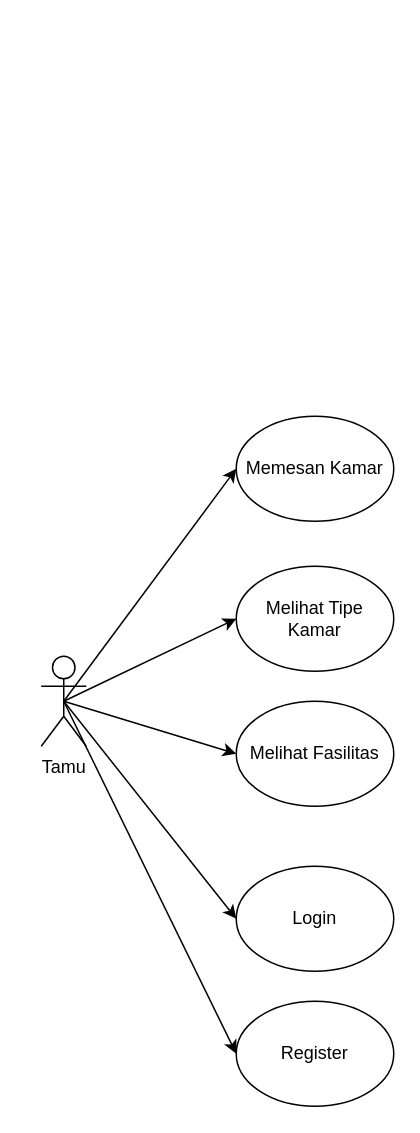
Go-UKK/Flowcart keeps this draw.io diagram as page "Tamu" (2 of 6) of Hotel Flowchart And Use Case.drawio. Above is the earlier version. Source tidied: cells renumbered, new cells numbered last; positions are measured from the earlier drawing's top-left corner, leaving out a move shared by most shapes. Both pictures are drawn from the tidied source at 150%, with x=0, y=0 at pixel (40, 416).
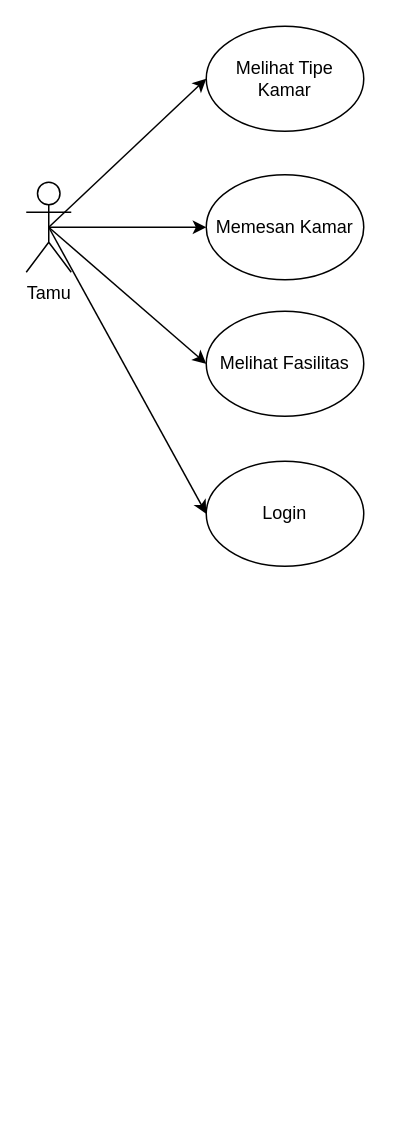
The same diagram, later.

What changed in the source:
```diff
@@
 <mxGraphModel>
   <root>
     <mxCell id="0" />
     <mxCell id="1" parent="0" />
     <mxCell id="2" value="Tamu" style="shape=umlActor;verticalLabelPosition=bottom;verticalAlign=top;html=1;outlineConnect=0;" parent="1" vertex="1">
-      <mxGeometry y="160" width="30" height="60" as="geometry" />
+      <mxGeometry x="-10" y="-156" width="30" height="60" as="geometry" />
     </mxCell>
     <mxCell id="3" value="Melihat Tipe Kamar" style="ellipse;whiteSpace=wrap;html=1;" parent="1" vertex="1">
-      <mxGeometry x="130" y="100" width="105" height="70" as="geometry" />
+      <mxGeometry x="110" y="-260" width="105" height="70" as="geometry" />
     </mxCell>
     <mxCell id="4" value="Melihat Fasilitas" style="ellipse;whiteSpace=wrap;html=1;" parent="1" vertex="1">
-      <mxGeometry x="130" y="190" width="105" height="70" as="geometry" />
+      <mxGeometry x="110" y="-70" width="105" height="70" as="geometry" />
     </mxCell>
     <mxCell id="5" value="Memesan Kamar" style="ellipse;whiteSpace=wrap;html=1;" parent="1" vertex="1">
-      <mxGeometry x="130" width="105" height="70" as="geometry" />
+      <mxGeometry x="110" y="-161" width="105" height="70" as="geometry" />
     </mxCell>
     <mxCell id="6" value="Login" style="ellipse;whiteSpace=wrap;html=1;" parent="1" vertex="1">
-      <mxGeometry x="130" y="300" width="105" height="70" as="geometry" />
+      <mxGeometry x="110" y="30" width="105" height="70" as="geometry" />
     </mxCell>
-    <mxCell id="7" value="Register" style="ellipse;whiteSpace=wrap;html=1;" parent="1" vertex="1">
-      <mxGeometry x="130" y="390" width="105" height="70" as="geometry" />
-    </mxCell>
-    <mxCell id="8" style="endArrow=classic;html=1;rounded=0;exitX=0.5;exitY=0.5;exitDx=0;exitDy=0;exitPerimeter=0;entryX=0;entryY=0.5;entryDx=0;entryDy=0;" parent="1" edge="1" source="2" target="5">
-      <mxGeometry relative="1" as="geometry" />
-    </mxCell>
+    <mxCell id="13" style="endArrow=classic;html=1;rounded=0;exitX=0.5;exitY=0.5;exitDx=0;exitDy=0;exitPerimeter=0;entryX=0;entryY=0.5;entryDx=0;entryDy=0;" parent="1" edge="1" source="2">
+      <mxGeometry relative="1" as="geometry">
+        <mxPoint x="110" y="-126" as="targetPoint" />
+      </mxGeometry>
+    </mxCell>
+    <mxCell id="10" style="endArrow=classic;html=1;rounded=0;exitX=0.5;exitY=0.5;exitDx=0;exitDy=0;exitPerimeter=0;entryX=0;entryY=0.5;entryDx=0;entryDy=0;" parent="1" edge="1" source="2" target="4">
+      <mxGeometry relative="1" as="geometry" />
+    </mxCell>
     <mxCell id="9" style="endArrow=classic;html=1;rounded=0;exitX=0.5;exitY=0.5;exitDx=0;exitDy=0;exitPerimeter=0;entryX=0;entryY=0.5;entryDx=0;entryDy=0;" parent="1" edge="1" source="2" target="3">
       <mxGeometry relative="1" as="geometry" />
     </mxCell>
-    <mxCell id="10" style="endArrow=classic;html=1;rounded=0;exitX=0.5;exitY=0.5;exitDx=0;exitDy=0;exitPerimeter=0;entryX=0;entryY=0.5;entryDx=0;entryDy=0;" parent="1" edge="1" source="2" target="4">
-      <mxGeometry relative="1" as="geometry" />
-    </mxCell>
-    <mxCell id="11" style="endArrow=classic;html=1;rounded=0;exitX=0.5;exitY=0.5;exitDx=0;exitDy=0;exitPerimeter=0;entryX=0;entryY=0.5;entryDx=0;entryDy=0;" parent="1" edge="1" target="6">
-      <mxGeometry relative="1" as="geometry">
-        <mxPoint x="15" y="190" as="sourcePoint" />
-      </mxGeometry>
-    </mxCell>
-    <mxCell id="12" style="endArrow=classic;html=1;rounded=0;exitX=0.5;exitY=0.5;exitDx=0;exitDy=0;exitPerimeter=0;entryX=0;entryY=0.5;entryDx=0;entryDy=0;" parent="1" edge="1" target="7">
-      <mxGeometry relative="1" as="geometry">
-        <mxPoint x="15" y="190" as="sourcePoint" />
-      </mxGeometry>
-    </mxCell>
+    <mxCell id="14" style="endArrow=classic;html=1;rounded=0;exitX=0.5;exitY=0.5;exitDx=0;exitDy=0;exitPerimeter=0;entryX=0;entryY=0.5;entryDx=0;entryDy=0;" parent="1" edge="1" target="6">
+      <mxGeometry relative="1" as="geometry">
+        <mxPoint x="5" y="-126" as="sourcePoint" />
+      </mxGeometry>
+    </mxCell>
   </root>
 </mxGraphModel>
```
